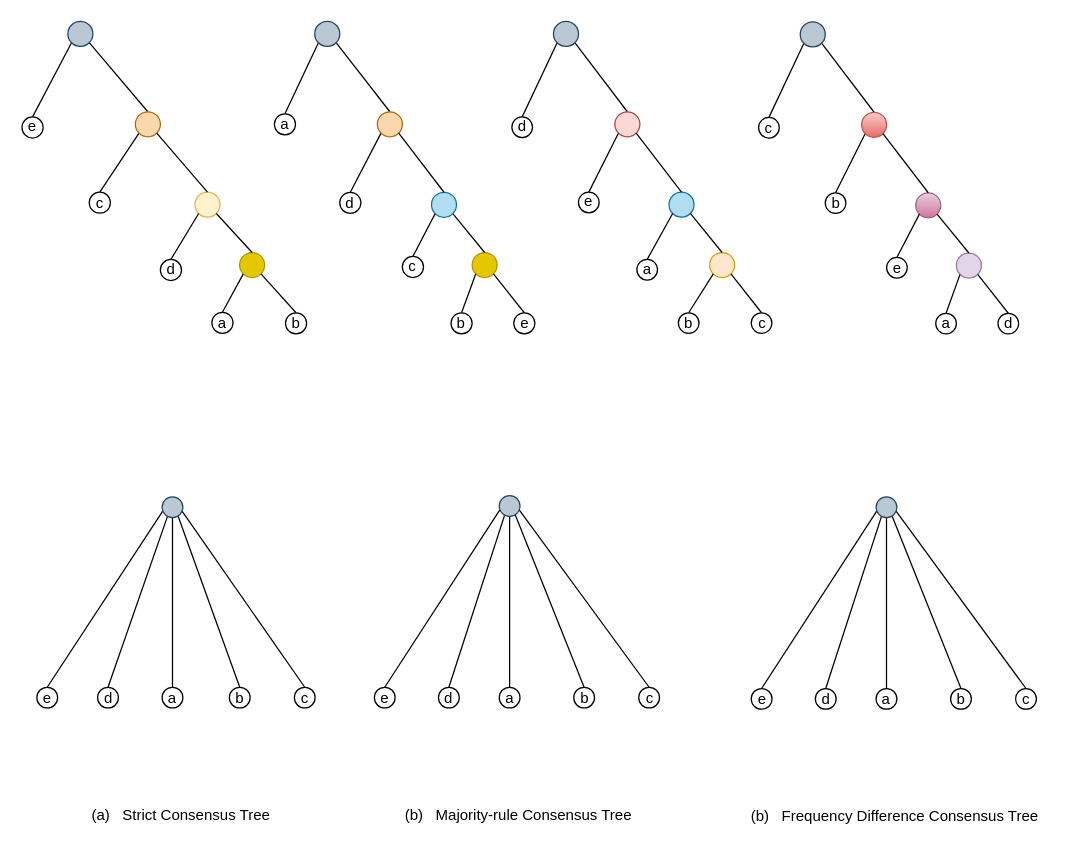
The draw.io diagram page "tree-2" (2 of 3) of img/tree_compare.drawio in habibsifat/ConsensusTree, before the edit. Source tidied: cells renumbered, new cells numbered last; positions are measured from the earlier drawing's top-left corner, leaving out a move shared by most shapes. Both pictures are drawn from the tidied source at 125%, with x=0, y=0 at pixel (21, 21).
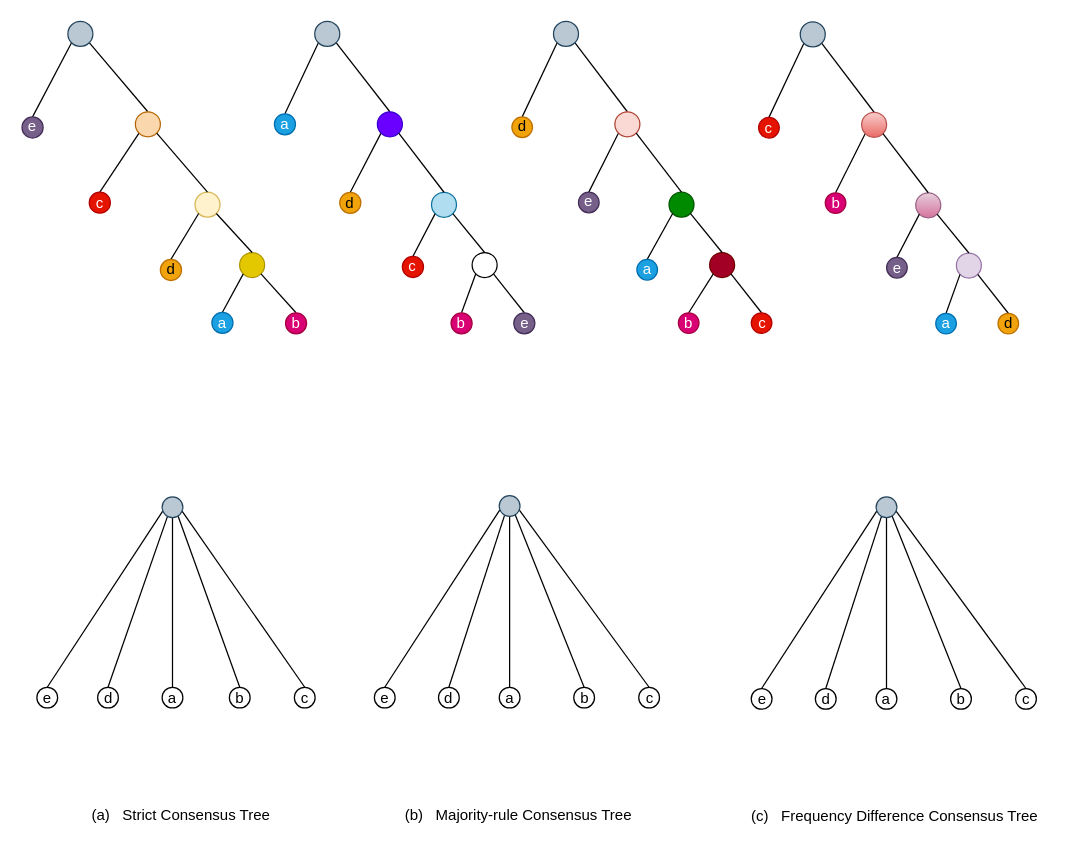
After the change.

Unchanged cells that the change refers to:
```xml
<mxCell id="2" style="group;" parent="1" vertex="1">
  <mxGeometry x="202" y="-0.4" width="208.4" height="250" as="geometry" />
</mxCell>
<mxCell id="20" style="group;" parent="1" vertex="1">
  <mxGeometry x="589.4" width="208" height="249.6" as="geometry" />
</mxCell>
<mxCell id="98" style="group;" parent="1" vertex="1">
  <mxGeometry x="583.5" y="380" width="239.5" height="270.6" as="geometry" />
</mxCell>
```

The edit, as a diff of the source:
```diff
@@
-    <mxCell id="3" style="ellipse;whiteSpace=wrap;html=1;fontStyle=0;fillColor=#e3c800;strokeColor=#B09500;fontColor=#000000;" parent="2" vertex="1">
+    <mxCell id="3" style="ellipse;whiteSpace=wrap;html=1;fontStyle=0;" parent="2" vertex="1">
       <mxGeometry x="158.2" y="184.9" width="20" height="20" as="geometry" />
     </mxCell>
@@
-    <mxCell id="11" value="&lt;font style=&quot;font-size: 12px;&quot;&gt;c&lt;/font&gt;" style="ellipse;whiteSpace=wrap;html=1;fontStyle=0;" parent="2" vertex="1">
+    <mxCell id="11" value="&lt;font style=&quot;font-size: 12px;&quot;&gt;c&lt;/font&gt;" style="ellipse;whiteSpace=wrap;html=1;fontStyle=0;fillColor=#e51400;fontColor=#ffffff;strokeColor=#B20000;" parent="2" vertex="1">
       <mxGeometry x="102.4" y="188" width="16.9" height="16.9" as="geometry" />
     </mxCell>
-    <mxCell id="12" value="b" style="ellipse;whiteSpace=wrap;html=1;fontStyle=0;" parent="2" vertex="1">
+    <mxCell id="12" value="b" style="ellipse;whiteSpace=wrap;html=1;fontStyle=0;fillColor=#d80073;fontColor=#ffffff;strokeColor=#A50040;" parent="2" vertex="1">
       <mxGeometry x="141.3" y="233.1" width="16.9" height="16.9" as="geometry" />
     </mxCell>
-    <mxCell id="13" value="e" style="ellipse;whiteSpace=wrap;html=1;fontStyle=0;" parent="2" vertex="1">
+    <mxCell id="13" value="e" style="ellipse;whiteSpace=wrap;html=1;fontStyle=0;fillColor=#76608a;fontColor=#ffffff;strokeColor=#432D57;" parent="2" vertex="1">
       <mxGeometry x="191.5" y="233.1" width="16.9" height="16.9" as="geometry" />
     </mxCell>
-    <mxCell id="14" value="d" style="ellipse;whiteSpace=wrap;html=1;fontStyle=0;" parent="2" vertex="1">
+    <mxCell id="14" value="d" style="ellipse;whiteSpace=wrap;html=1;fontStyle=0;fillColor=#f0a30a;fontColor=#000000;strokeColor=#BD7000;" parent="2" vertex="1">
       <mxGeometry x="52.3" y="136.7" width="16.9" height="16.9" as="geometry" />
     </mxCell>
-    <mxCell id="15" style="ellipse;whiteSpace=wrap;html=1;fontStyle=0;fillColor=#fad7ac;strokeColor=#b46504;" parent="2" vertex="1">
+    <mxCell id="15" style="ellipse;whiteSpace=wrap;html=1;fontStyle=0;fillColor=#6a00ff;strokeColor=#3700CC;fontColor=#ffffff;" parent="2" vertex="1">
       <mxGeometry x="82.4" y="72.3" width="20" height="20" as="geometry" />
     </mxCell>
-    <mxCell id="16" value="a" style="ellipse;whiteSpace=wrap;html=1;fontStyle=0;" parent="2" vertex="1">
+    <mxCell id="16" value="a" style="ellipse;whiteSpace=wrap;html=1;fontStyle=0;fillColor=#1ba1e2;fontColor=#ffffff;strokeColor=#006EAF;" parent="2" vertex="1">
       <mxGeometry y="73.9" width="16.9" height="16.9" as="geometry" />
     </mxCell>
@@
-    <mxCell id="29" value="e" style="ellipse;whiteSpace=wrap;html=1;fontStyle=0;" parent="20" vertex="1">
+    <mxCell id="29" value="e" style="ellipse;whiteSpace=wrap;html=1;fontStyle=0;fillColor=#76608a;fontColor=#ffffff;strokeColor=#432D57;" parent="20" vertex="1">
       <mxGeometry x="102.4" y="188.4" width="16.5" height="16.5" as="geometry" />
     </mxCell>
-    <mxCell id="30" value="a" style="ellipse;whiteSpace=wrap;html=1;fontStyle=0;" parent="20" vertex="1">
+    <mxCell id="30" value="a" style="ellipse;whiteSpace=wrap;html=1;fontStyle=0;fillColor=#1ba1e2;fontColor=#ffffff;strokeColor=#006EAF;" parent="20" vertex="1">
       <mxGeometry x="141.7" y="233.1" width="16.5" height="16.5" as="geometry" />
     </mxCell>
-    <mxCell id="31" value="d" style="ellipse;whiteSpace=wrap;html=1;fontStyle=0;" parent="20" vertex="1">
+    <mxCell id="31" value="d" style="ellipse;whiteSpace=wrap;html=1;fontStyle=0;fillColor=#f0a30a;fontColor=#000000;strokeColor=#BD7000;" parent="20" vertex="1">
       <mxGeometry x="191.5" y="233.1" width="16.5" height="16.5" as="geometry" />
     </mxCell>
-    <mxCell id="32" value="b" style="ellipse;whiteSpace=wrap;html=1;fontStyle=0;" parent="20" vertex="1">
+    <mxCell id="32" value="b" style="ellipse;whiteSpace=wrap;html=1;fontStyle=0;fillColor=#d80073;fontColor=#ffffff;strokeColor=#A50040;" parent="20" vertex="1">
       <mxGeometry x="53.3" y="136.7" width="16.5" height="16.5" as="geometry" />
     </mxCell>
@@
-    <mxCell id="34" value="c" style="ellipse;whiteSpace=wrap;html=1;fontStyle=0;" parent="20" vertex="1">
+    <mxCell id="34" value="c" style="ellipse;whiteSpace=wrap;html=1;fontStyle=0;fillColor=#e51400;fontColor=#ffffff;strokeColor=#B20000;" parent="20" vertex="1">
       <mxGeometry y="76.4" width="16.5" height="16.5" as="geometry" />
     </mxCell>
@@
-    <mxCell id="38" style="ellipse;whiteSpace=wrap;html=1;fontStyle=0;fillColor=#ffe6cc;strokeColor=#d79b00;" parent="1" vertex="1">
+    <mxCell id="38" style="ellipse;whiteSpace=wrap;html=1;fontStyle=0;fillColor=#a20025;strokeColor=#6F0000;fontColor=#ffffff;" parent="1" vertex="1">
       <mxGeometry x="550.2" y="184.5" width="20" height="20" as="geometry" />
     </mxCell>
-    <mxCell id="39" style="ellipse;whiteSpace=wrap;html=1;fontStyle=0;fillColor=#b1ddf0;strokeColor=#10739e;" parent="1" vertex="1">
+    <mxCell id="39" style="ellipse;whiteSpace=wrap;html=1;fontStyle=0;fillColor=#008a00;strokeColor=#005700;fontColor=#ffffff;" parent="1" vertex="1">
       <mxGeometry x="517.7" y="136.2" width="20" height="20" as="geometry" />
     </mxCell>
@@
-    <mxCell id="46" value="a" style="ellipse;whiteSpace=wrap;html=1;fontStyle=0;" parent="1" vertex="1">
+    <mxCell id="46" value="a" style="ellipse;whiteSpace=wrap;html=1;fontStyle=0;fillColor=#1ba1e2;fontColor=#ffffff;strokeColor=#006EAF;" parent="1" vertex="1">
       <mxGeometry x="492" y="190" width="16.5" height="16.5" as="geometry" />
     </mxCell>
-    <mxCell id="47" value="b" style="ellipse;whiteSpace=wrap;html=1;fontStyle=0;" parent="1" vertex="1">
+    <mxCell id="47" value="b" style="ellipse;whiteSpace=wrap;html=1;fontStyle=0;fillColor=#d80073;fontColor=#ffffff;strokeColor=#A50040;" parent="1" vertex="1">
       <mxGeometry x="525.2" y="232.7" width="16.5" height="16.5" as="geometry" />
     </mxCell>
-    <mxCell id="48" value="c" style="ellipse;whiteSpace=wrap;html=1;fontStyle=0;" parent="1" vertex="1">
+    <mxCell id="48" value="c" style="ellipse;whiteSpace=wrap;html=1;fontStyle=0;fillColor=#e51400;fontColor=#ffffff;strokeColor=#B20000;" parent="1" vertex="1">
       <mxGeometry x="583.5" y="232.7" width="16.5" height="16.5" as="geometry" />
     </mxCell>
-    <mxCell id="49" value="e" style="ellipse;whiteSpace=wrap;html=1;fontStyle=0;" parent="1" vertex="1">
+    <mxCell id="49" value="e" style="ellipse;whiteSpace=wrap;html=1;fontStyle=0;fillColor=#76608a;fontColor=#ffffff;strokeColor=#432D57;" parent="1" vertex="1">
       <mxGeometry x="445.3" y="136.2" width="16.5" height="16.5" as="geometry" />
     </mxCell>
@@
-    <mxCell id="51" value="&lt;font style=&quot;font-size: 12px;&quot;&gt;d&lt;/font&gt;" style="ellipse;whiteSpace=wrap;html=1;fontStyle=0;" parent="1" vertex="1">
+    <mxCell id="51" value="&lt;font style=&quot;font-size: 12px;&quot;&gt;d&lt;/font&gt;" style="ellipse;whiteSpace=wrap;html=1;fontStyle=0;fillColor=#f0a30a;fontColor=#000000;strokeColor=#BD7000;" parent="1" vertex="1">
       <mxGeometry x="392" y="76" width="16.5" height="16.5" as="geometry" />
     </mxCell>
@@
-    <mxCell id="63" value="&lt;font style=&quot;font-size: 12px;&quot;&gt;d&lt;/font&gt;" style="ellipse;whiteSpace=wrap;html=1;fontStyle=0;" parent="1" vertex="1">
+    <mxCell id="63" value="&lt;font style=&quot;font-size: 12px;&quot;&gt;d&lt;/font&gt;" style="ellipse;whiteSpace=wrap;html=1;fontStyle=0;fillColor=#f0a30a;fontColor=#000000;strokeColor=#BD7000;" parent="1" vertex="1">
       <mxGeometry x="110.8" y="190" width="16.9" height="16.9" as="geometry" />
     </mxCell>
-    <mxCell id="64" value="&lt;font style=&quot;font-size: 12px;&quot;&gt;a&lt;/font&gt;" style="ellipse;whiteSpace=wrap;html=1;fontStyle=0;" parent="1" vertex="1">
+    <mxCell id="64" value="&lt;font style=&quot;font-size: 12px;&quot;&gt;a&lt;/font&gt;" style="ellipse;whiteSpace=wrap;html=1;fontStyle=0;fillColor=#1ba1e2;fontColor=#ffffff;strokeColor=#006EAF;" parent="1" vertex="1">
       <mxGeometry x="152" y="232.3" width="16.9" height="16.9" as="geometry" />
     </mxCell>
-    <mxCell id="65" value="&lt;font style=&quot;font-size: 12px;&quot;&gt;b&lt;/font&gt;" style="ellipse;whiteSpace=wrap;html=1;fontStyle=0;" parent="1" vertex="1">
+    <mxCell id="65" value="&lt;font style=&quot;font-size: 12px;&quot;&gt;b&lt;/font&gt;" style="ellipse;whiteSpace=wrap;html=1;fontStyle=0;fillColor=#d80073;fontColor=#ffffff;strokeColor=#A50040;" parent="1" vertex="1">
       <mxGeometry x="210.9" y="232.7" width="16.9" height="16.9" as="geometry" />
     </mxCell>
-    <mxCell id="66" value="c" style="ellipse;whiteSpace=wrap;html=1;fontStyle=0;" parent="1" vertex="1">
+    <mxCell id="66" value="c" style="ellipse;whiteSpace=wrap;html=1;fontStyle=0;fillColor=#e51400;fontColor=#ffffff;strokeColor=#B20000;" parent="1" vertex="1">
       <mxGeometry x="53.9" y="136.2" width="16.9" height="16.9" as="geometry" />
     </mxCell>
@@
-    <mxCell id="68" value="&lt;font style=&quot;font-size: 12px;&quot;&gt;e&lt;/font&gt;" style="ellipse;whiteSpace=wrap;html=1;fontStyle=0;" parent="1" vertex="1">
+    <mxCell id="68" value="&lt;font style=&quot;font-size: 12px;&quot;&gt;e&lt;/font&gt;" style="ellipse;whiteSpace=wrap;html=1;fontStyle=0;fillColor=#76608a;fontColor=#ffffff;strokeColor=#432D57;" parent="1" vertex="1">
       <mxGeometry x="0.1" y="76" width="16.9" height="16.9" as="geometry" />
     </mxCell>
@@
-    <mxCell id="99" value="(b)&amp;nbsp; &amp;nbsp;Frequency Difference Consensus Tree" style="text;html=1;align=center;verticalAlign=middle;strokeColor=none;fillColor=none;" parent="98" vertex="1">
+    <mxCell id="99" value="(c)&amp;nbsp; &amp;nbsp;Frequency Difference Consensus Tree" style="text;html=1;align=center;verticalAlign=middle;strokeColor=none;fillColor=none;" parent="98" vertex="1">
       <mxGeometry x="-10.5" y="240.6" width="250" height="30" as="geometry" />
     </mxCell>
```
